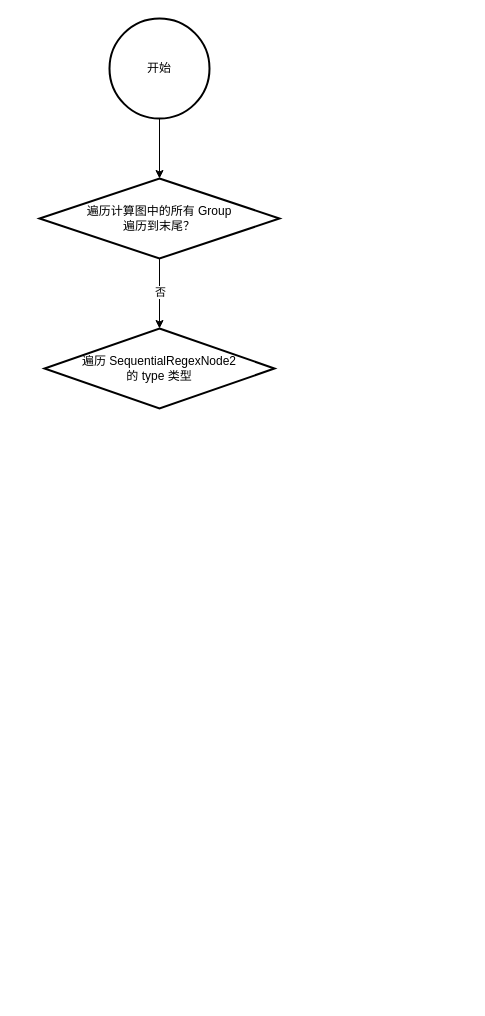
This is AST执行流程图.drawio from jiahy0825/draw.io, a draw.io file, before an edit. Source tidied: cells renumbered, new cells numbered last; positions are measured from the earlier drawing's top-left corner, leaving out a move shared by most shapes. Both pictures are drawn from the tidied source at 100%, with x=0, y=0 at pixel (39, 18).
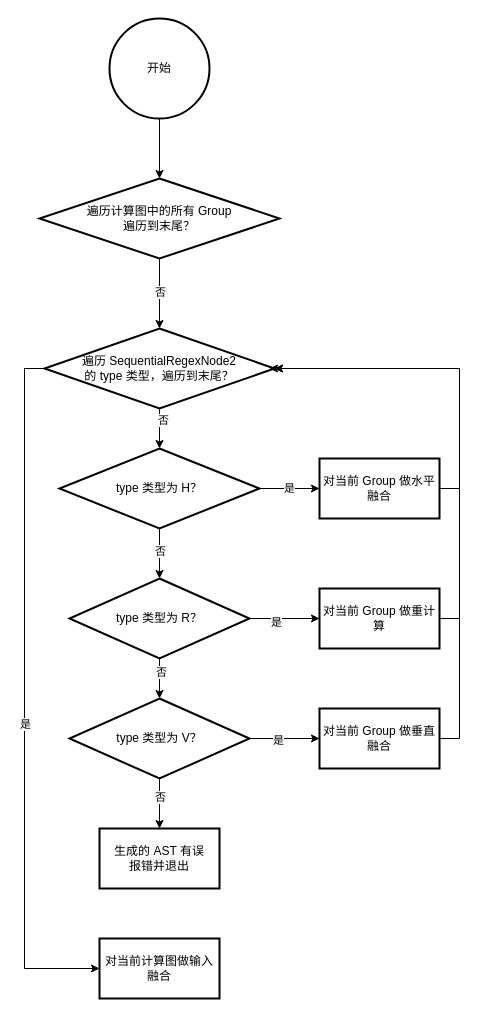
After the change.

Commit message (it also covers changes not shown here):
更新AST执行流程图.drawio

Change to the diagram source:
```diff
@@
+    <mxCell id="8" style="edgeStyle=orthogonalEdgeStyle;rounded=0;jettySize=auto;html=1;" parent="1" edge="1" source="7" target="15">
+      <mxGeometry relative="1" as="geometry" />
+    </mxCell>
+    <mxCell id="9" value="否" style="edgeLabel;html=1;align=center;verticalAlign=middle;" parent="8" vertex="1">
+      <mxGeometry x="-0.47" y="3" relative="1" as="geometry" />
+    </mxCell>
+    <mxCell id="10" style="edgeStyle=orthogonalEdgeStyle;rounded=0;jettySize=auto;html=1;exitX=0;exitY=0.5;exitDx=0;exitDy=0;entryX=0;entryY=0.5;entryDx=0;entryDy=0;" parent="1" edge="1" source="7" target="33">
+      <mxGeometry relative="1" as="geometry" />
+    </mxCell>
+    <mxCell id="11" value="是" style="edgeLabel;html=1;align=center;verticalAlign=middle;" parent="10" vertex="1">
+      <mxGeometry x="0.08" relative="1" as="geometry" />
+    </mxCell>
-    <mxCell id="7" value="遍历 SequentialRegexNode2&lt;br&gt;的 type 类型&lt;br&gt;&lt;span style=&quot;font-size: medium; text-align: start;&quot;&gt;&lt;/span&gt;" style="rhombus;whiteSpace=wrap;html=1;strokeWidth=2;" parent="1" vertex="1">
+    <mxCell id="7" value="遍历 SequentialRegexNode2&lt;br&gt;的 type 类型，遍历到末尾？&lt;br&gt;&lt;span style=&quot;font-size: medium; text-align: start;&quot;&gt;&lt;/span&gt;" style="rhombus;whiteSpace=wrap;html=1;strokeWidth=2;" parent="1" vertex="1">
       <mxGeometry x="5" y="310" width="230" height="80" as="geometry" />
     </mxCell>
+    <mxCell id="12" style="edgeStyle=orthogonalEdgeStyle;rounded=0;jettySize=auto;html=1;" parent="1" edge="1" source="15">
+      <mxGeometry relative="1" as="geometry">
+        <mxPoint x="120" y="560" as="targetPoint" />
+      </mxGeometry>
+    </mxCell>
+    <mxCell id="13" value="否" style="edgeLabel;html=1;align=center;verticalAlign=middle;" parent="12" vertex="1">
+      <mxGeometry x="-0.02" y="3" relative="1" as="geometry" />
+    </mxCell>
+    <mxCell id="14" value="是" style="edgeStyle=orthogonalEdgeStyle;rounded=0;jettySize=auto;html=1;exitX=1;exitY=0.5;exitDx=0;exitDy=0;entryX=0;entryY=0.5;entryDx=0;entryDy=0;" parent="1" edge="1" source="15" target="22">
+      <mxGeometry relative="1" as="geometry" />
+    </mxCell>
+    <mxCell id="15" value="type 类型为 H？" style="rhombus;whiteSpace=wrap;html=1;strokeWidth=2;" parent="1" vertex="1">
+      <mxGeometry x="20" y="430" width="200" height="80" as="geometry" />
+    </mxCell>
+    <mxCell id="16" style="edgeStyle=orthogonalEdgeStyle;rounded=0;jettySize=auto;html=1;" parent="1" edge="1" source="20" target="24">
+      <mxGeometry relative="1" as="geometry" />
+    </mxCell>
+    <mxCell id="17" value="是" style="edgeLabel;html=1;align=center;verticalAlign=middle;" parent="16" vertex="1">
+      <mxGeometry x="-0.26" y="-2" relative="1" as="geometry">
+        <mxPoint y="1" as="offset" />
+      </mxGeometry>
+    </mxCell>
+    <mxCell id="18" style="edgeStyle=orthogonalEdgeStyle;rounded=0;jettySize=auto;html=1;" parent="1" edge="1" source="20" target="29">
+      <mxGeometry relative="1" as="geometry" />
+    </mxCell>
+    <mxCell id="19" value="否" style="edgeLabel;html=1;align=center;verticalAlign=middle;" parent="18" vertex="1">
+      <mxGeometry x="-0.33" y="1" relative="1" as="geometry" />
+    </mxCell>
+    <mxCell id="20" value="type 类型为 R？" style="rhombus;whiteSpace=wrap;html=1;strokeWidth=2;" parent="1" vertex="1">
+      <mxGeometry x="30" y="560" width="180" height="80" as="geometry" />
+    </mxCell>
+    <mxCell id="21" style="edgeStyle=orthogonalEdgeStyle;rounded=0;jettySize=auto;html=1;exitX=1;exitY=0.5;exitDx=0;exitDy=0;entryX=1;entryY=0.5;entryDx=0;entryDy=0;" parent="1" edge="1" source="22" target="7">
+      <mxGeometry relative="1" as="geometry" />
+    </mxCell>
+    <mxCell id="22" value="对当前 Group 做水平融合" style="whiteSpace=wrap;html=1;strokeWidth=2;" parent="1" vertex="1">
+      <mxGeometry x="280" y="440" width="120" height="60" as="geometry" />
+    </mxCell>
+    <mxCell id="23" style="edgeStyle=orthogonalEdgeStyle;rounded=0;jettySize=auto;html=1;exitX=1;exitY=0.5;exitDx=0;exitDy=0;" parent="1" edge="1" source="24">
+      <mxGeometry relative="1" as="geometry">
+        <mxPoint x="230" y="350" as="targetPoint" />
+        <Array as="points">
+          <mxPoint x="420" y="600" />
+          <mxPoint x="420" y="350" />
+        </Array>
+      </mxGeometry>
+    </mxCell>
+    <mxCell id="24" value="对当前 Group 做重计算" style="whiteSpace=wrap;html=1;strokeWidth=2;" parent="1" vertex="1">
+      <mxGeometry x="280" y="570" width="120" height="60" as="geometry" />
+    </mxCell>
+    <mxCell id="25" style="edgeStyle=orthogonalEdgeStyle;rounded=0;jettySize=auto;html=1;" parent="1" edge="1" source="29" target="31">
+      <mxGeometry relative="1" as="geometry" />
+    </mxCell>
+    <mxCell id="26" value="是" style="edgeLabel;html=1;align=center;verticalAlign=middle;" parent="25" vertex="1">
+      <mxGeometry x="-0.2" relative="1" as="geometry">
+        <mxPoint y="1" as="offset" />
+      </mxGeometry>
+    </mxCell>
+    <mxCell id="27" style="edgeStyle=orthogonalEdgeStyle;rounded=0;jettySize=auto;html=1;" parent="1" edge="1" source="29" target="32">
+      <mxGeometry relative="1" as="geometry" />
+    </mxCell>
+    <mxCell id="28" value="否" style="edgeLabel;html=1;align=center;verticalAlign=middle;" parent="27" vertex="1">
+      <mxGeometry x="-0.3" relative="1" as="geometry" />
+    </mxCell>
+    <mxCell id="29" value="type 类型为 V？" style="rhombus;whiteSpace=wrap;html=1;strokeWidth=2;" parent="1" vertex="1">
+      <mxGeometry x="30" y="680" width="180" height="80" as="geometry" />
+    </mxCell>
+    <mxCell id="30" style="edgeStyle=orthogonalEdgeStyle;rounded=0;jettySize=auto;html=1;exitX=1;exitY=0.5;exitDx=0;exitDy=0;entryX=1;entryY=0.5;entryDx=0;entryDy=0;" parent="1" edge="1" source="31" target="7">
+      <mxGeometry relative="1" as="geometry" />
+    </mxCell>
+    <mxCell id="31" value="对当前 Group 做垂直融合" style="whiteSpace=wrap;html=1;strokeWidth=2;" parent="1" vertex="1">
+      <mxGeometry x="280" y="690" width="120" height="60" as="geometry" />
+    </mxCell>
+    <mxCell id="32" value="生成的 AST 有误&lt;br&gt;报错并退出" style="whiteSpace=wrap;html=1;strokeWidth=2;" parent="1" vertex="1">
+      <mxGeometry x="60" y="810" width="120" height="60" as="geometry" />
+    </mxCell>
+    <mxCell id="33" value="对当前计算图做输入融合" style="whiteSpace=wrap;html=1;strokeWidth=2;" parent="1" vertex="1">
+      <mxGeometry x="60" y="920" width="120" height="60" as="geometry" />
+    </mxCell>
```
